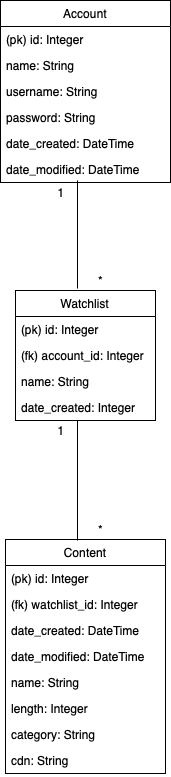
Earlier version of the draw.io export documentation/pictures/database.png (skoskipaa/Katselulista). Source tidied: cells renumbered, new cells last; positions are measured from the earlier drawing's top-left corner, leaving out a move shared by most shapes. Source of this version:
```xml
<mxGraphModel>
  <root>
    <mxCell id="0" />
    <mxCell id="1" parent="0" />
    <mxCell id="2" value="Account" style="swimlane;fontStyle=0;horizontal=1;startSize=26;fillColor=none;" parent="1" vertex="1">
      <mxGeometry width="170" height="182" as="geometry" />
    </mxCell>
    <mxCell id="3" value="(pk) id: Integer" style="text;strokeColor=none;fillColor=none;align=left;verticalAlign=top;spacingLeft=4;spacingRight=4;overflow=hidden;" parent="2" vertex="1">
      <mxGeometry y="26" width="170" height="26" as="geometry" />
    </mxCell>
    <mxCell id="4" value="name: String" style="text;strokeColor=none;fillColor=none;align=left;verticalAlign=top;spacingLeft=4;spacingRight=4;overflow=hidden;" parent="2" vertex="1">
      <mxGeometry y="52" width="170" height="26" as="geometry" />
    </mxCell>
    <mxCell id="5" value="username: String" style="text;strokeColor=none;fillColor=none;align=left;verticalAlign=top;spacingLeft=4;spacingRight=4;overflow=hidden;" parent="2" vertex="1">
      <mxGeometry y="78" width="170" height="26" as="geometry" />
    </mxCell>
    <mxCell id="6" value="password: String" style="text;strokeColor=none;fillColor=none;align=left;verticalAlign=top;spacingLeft=4;spacingRight=4;overflow=hidden;" parent="2" vertex="1">
      <mxGeometry y="104" width="170" height="26" as="geometry" />
    </mxCell>
    <mxCell id="7" value="date_created: DateTime" style="text;strokeColor=none;fillColor=none;align=left;verticalAlign=top;spacingLeft=4;spacingRight=4;overflow=hidden;" parent="2" vertex="1">
      <mxGeometry y="130" width="170" height="26" as="geometry" />
    </mxCell>
    <mxCell id="8" value="date_modified: DateTime" style="text;strokeColor=none;fillColor=none;align=left;verticalAlign=top;spacingLeft=4;spacingRight=4;overflow=hidden;points=[[0,0.5],[1,0.5]];portConstraint=eastwest;" parent="2" vertex="1">
      <mxGeometry y="156" width="170" height="26" as="geometry" />
    </mxCell>
    <mxCell id="9" value="Watchlist" style="swimlane;fontStyle=0;horizontal=1;startSize=26;fillColor=none;" parent="1" vertex="1">
      <mxGeometry x="15" y="290" width="140" height="130" as="geometry" />
    </mxCell>
    <mxCell id="10" value="(pk) id: Integer" style="text;strokeColor=none;fillColor=none;align=left;verticalAlign=top;spacingLeft=4;spacingRight=4;overflow=hidden;" parent="9" vertex="1">
      <mxGeometry y="26" width="140" height="26" as="geometry" />
    </mxCell>
    <mxCell id="11" value="(fk) account_id: Integer" style="text;strokeColor=none;fillColor=none;align=left;verticalAlign=top;spacingLeft=4;spacingRight=4;overflow=hidden;" parent="9" vertex="1">
      <mxGeometry y="52" width="140" height="26" as="geometry" />
    </mxCell>
    <mxCell id="12" value="name: String" style="text;strokeColor=none;fillColor=none;align=left;verticalAlign=top;spacingLeft=4;spacingRight=4;overflow=hidden;" parent="9" vertex="1">
      <mxGeometry y="78" width="140" height="26" as="geometry" />
    </mxCell>
    <mxCell id="13" value="date_created: Integer" style="text;strokeColor=none;fillColor=none;align=left;verticalAlign=top;spacingLeft=4;spacingRight=4;overflow=hidden;points=[[0,0.5],[1,0.5]];portConstraint=eastwest;" parent="9" vertex="1">
      <mxGeometry y="104" width="140" height="26" as="geometry" />
    </mxCell>
    <mxCell id="14" value="Content" style="swimlane;fontStyle=0;horizontal=1;startSize=26;fillColor=none;" parent="1" vertex="1">
      <mxGeometry x="5" y="539" width="160" height="234" as="geometry" />
    </mxCell>
    <mxCell id="15" value="(pk) id: Integer" style="text;strokeColor=none;fillColor=none;align=left;verticalAlign=top;spacingLeft=4;spacingRight=4;overflow=hidden;" parent="14" vertex="1">
      <mxGeometry y="26" width="160" height="26" as="geometry" />
    </mxCell>
    <mxCell id="16" value="(fk) watchlist_id: Integer" style="text;strokeColor=none;fillColor=none;align=left;verticalAlign=top;spacingLeft=4;spacingRight=4;overflow=hidden;" parent="14" vertex="1">
      <mxGeometry y="52" width="160" height="26" as="geometry" />
    </mxCell>
    <mxCell id="17" value="date_created: DateTime" style="text;strokeColor=none;fillColor=none;align=left;verticalAlign=top;spacingLeft=4;spacingRight=4;overflow=hidden;" parent="14" vertex="1">
      <mxGeometry y="78" width="160" height="26" as="geometry" />
    </mxCell>
    <mxCell id="18" value="date_modified: DateTime" style="text;strokeColor=none;fillColor=none;align=left;verticalAlign=top;spacingLeft=4;spacingRight=4;overflow=hidden;" parent="14" vertex="1">
      <mxGeometry y="104" width="160" height="26" as="geometry" />
    </mxCell>
    <mxCell id="19" value="name: String" style="text;strokeColor=none;fillColor=none;align=left;verticalAlign=top;spacingLeft=4;spacingRight=4;overflow=hidden;" parent="14" vertex="1">
      <mxGeometry y="130" width="160" height="26" as="geometry" />
    </mxCell>
    <mxCell id="20" value="length: Integer" style="text;strokeColor=none;fillColor=none;align=left;verticalAlign=top;spacingLeft=4;spacingRight=4;overflow=hidden;" parent="14" vertex="1">
      <mxGeometry y="156" width="160" height="26" as="geometry" />
    </mxCell>
    <mxCell id="21" value="category: String" style="text;strokeColor=none;fillColor=none;align=left;verticalAlign=top;spacingLeft=4;spacingRight=4;overflow=hidden;" parent="14" vertex="1">
      <mxGeometry y="182" width="160" height="26" as="geometry" />
    </mxCell>
    <mxCell id="22" value="cdn: String" style="text;strokeColor=none;fillColor=none;align=left;verticalAlign=top;spacingLeft=4;spacingRight=4;overflow=hidden;" parent="14" vertex="1">
      <mxGeometry y="208" width="160" height="26" as="geometry" />
    </mxCell>
    <mxCell id="23" style="endArrow=none;html=1;entryX=0.443;entryY=1;entryDx=0;entryDy=0;entryPerimeter=0;exitX=0.45;exitY=0.004;exitDx=0;exitDy=0;exitPerimeter=0;" parent="1" edge="1" source="14" target="13">
      <mxGeometry relative="1" as="geometry" />
    </mxCell>
    <mxCell id="24" style="endArrow=none;html=1;exitX=0.443;exitY=-0.015;exitDx=0;exitDy=0;exitPerimeter=0;" parent="1" edge="1" source="9">
      <mxGeometry relative="1" as="geometry">
        <mxPoint x="77" y="180" as="targetPoint" />
      </mxGeometry>
    </mxCell>
    <mxCell id="25" value="1" style="text;html=1;strokeColor=none;fillColor=none;align=center;verticalAlign=middle;whiteSpace=wrap;rounded=0;" parent="1" vertex="1">
      <mxGeometry x="40" y="420" width="40" height="20" as="geometry" />
    </mxCell>
    <mxCell id="26" value="*" style="text;html=1;strokeColor=none;fillColor=none;align=center;verticalAlign=middle;whiteSpace=wrap;rounded=0;" parent="1" vertex="1">
      <mxGeometry x="80" y="519" width="40" height="20" as="geometry" />
    </mxCell>
    <mxCell id="27" value="1" style="text;html=1;strokeColor=none;fillColor=none;align=center;verticalAlign=middle;whiteSpace=wrap;rounded=0;" parent="1" vertex="1">
      <mxGeometry x="40" y="182" width="40" height="20" as="geometry" />
    </mxCell>
    <mxCell id="28" value="*" style="text;html=1;strokeColor=none;fillColor=none;align=center;verticalAlign=middle;whiteSpace=wrap;rounded=0;" parent="1" vertex="1">
      <mxGeometry x="80" y="270" width="40" height="20" as="geometry" />
    </mxCell>
  </root>
</mxGraphModel>
```
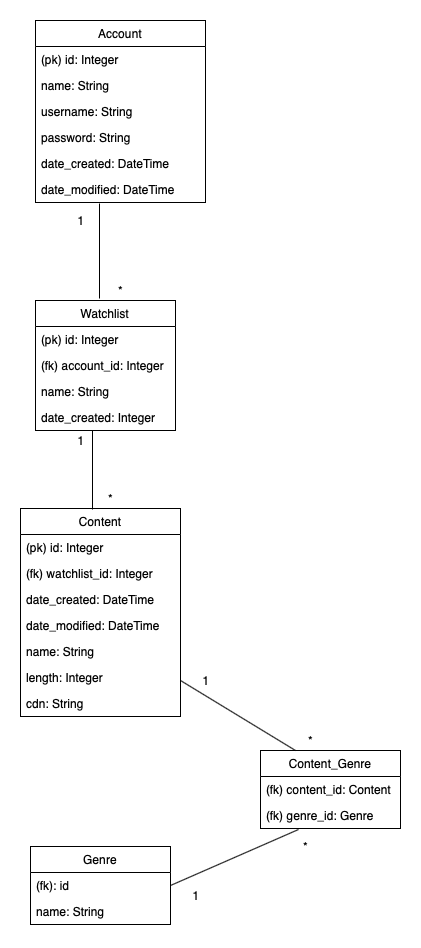
After the change.

Commit message:
Uusi tietokantakaavio

What changed in the source:
```diff
@@ -3,7 +3,7 @@
     <mxCell id="0" />
     <mxCell id="1" parent="0" />
     <mxCell id="2" value="Account" style="swimlane;fontStyle=0;horizontal=1;startSize=26;fillColor=none;" parent="1" vertex="1">
-      <mxGeometry width="170" height="182" as="geometry" />
+      <mxGeometry x="-165" width="170" height="182" as="geometry" />
     </mxCell>
     <mxCell id="3" value="(pk) id: Integer" style="text;strokeColor=none;fillColor=none;align=left;verticalAlign=top;spacingLeft=4;spacingRight=4;overflow=hidden;" parent="2" vertex="1">
       <mxGeometry y="26" width="170" height="26" as="geometry" />
@@ -24,7 +24,7 @@
       <mxGeometry y="156" width="170" height="26" as="geometry" />
     </mxCell>
     <mxCell id="9" value="Watchlist" style="swimlane;fontStyle=0;horizontal=1;startSize=26;fillColor=none;" parent="1" vertex="1">
-      <mxGeometry x="15" y="290" width="140" height="130" as="geometry" />
+      <mxGeometry x="-165" y="280" width="140" height="130" as="geometry" />
     </mxCell>
     <mxCell id="10" value="(pk) id: Integer" style="text;strokeColor=none;fillColor=none;align=left;verticalAlign=top;spacingLeft=4;spacingRight=4;overflow=hidden;" parent="9" vertex="1">
       <mxGeometry y="26" width="140" height="26" as="geometry" />
@@ -39,7 +39,7 @@
       <mxGeometry y="104" width="140" height="26" as="geometry" />
     </mxCell>
     <mxCell id="14" value="Content" style="swimlane;fontStyle=0;horizontal=1;startSize=26;fillColor=none;" parent="1" vertex="1">
-      <mxGeometry x="5" y="539" width="160" height="234" as="geometry" />
+      <mxGeometry x="-180" y="488" width="160" height="208" as="geometry" />
     </mxCell>
     <mxCell id="15" value="(pk) id: Integer" style="text;strokeColor=none;fillColor=none;align=left;verticalAlign=top;spacingLeft=4;spacingRight=4;overflow=hidden;" parent="14" vertex="1">
       <mxGeometry y="26" width="160" height="26" as="geometry" />
@@ -59,31 +59,68 @@
     <mxCell id="20" value="length: Integer" style="text;strokeColor=none;fillColor=none;align=left;verticalAlign=top;spacingLeft=4;spacingRight=4;overflow=hidden;" parent="14" vertex="1">
       <mxGeometry y="156" width="160" height="26" as="geometry" />
     </mxCell>
-    <mxCell id="21" value="category: String" style="text;strokeColor=none;fillColor=none;align=left;verticalAlign=top;spacingLeft=4;spacingRight=4;overflow=hidden;" parent="14" vertex="1">
-      <mxGeometry y="182" width="160" height="26" as="geometry" />
-    </mxCell>
     <mxCell id="22" value="cdn: String" style="text;strokeColor=none;fillColor=none;align=left;verticalAlign=top;spacingLeft=4;spacingRight=4;overflow=hidden;" parent="14" vertex="1">
-      <mxGeometry y="208" width="160" height="26" as="geometry" />
+      <mxGeometry y="182" width="160" height="26" as="geometry" />
     </mxCell>
-    <mxCell id="23" style="endArrow=none;html=1;entryX=0.443;entryY=1;entryDx=0;entryDy=0;entryPerimeter=0;exitX=0.45;exitY=0.004;exitDx=0;exitDy=0;exitPerimeter=0;" parent="1" edge="1" source="14" target="13">
-      <mxGeometry relative="1" as="geometry" />
+    <mxCell id="23" style="endArrow=none;html=1;exitX=0.45;exitY=0.004;exitDx=0;exitDy=0;exitPerimeter=0;" parent="1" edge="1" source="14">
+      <mxGeometry relative="1" as="geometry">
+        <mxPoint x="-108" y="410" as="targetPoint" />
+      </mxGeometry>
     </mxCell>
-    <mxCell id="24" style="endArrow=none;html=1;exitX=0.443;exitY=-0.015;exitDx=0;exitDy=0;exitPerimeter=0;" parent="1" edge="1" source="9">
+    <mxCell id="24" style="endArrow=none;html=1;entryX=0.377;entryY=1.039;entryDx=0;entryDy=0;entryPerimeter=0;" parent="1" edge="1" target="8">
       <mxGeometry relative="1" as="geometry">
-        <mxPoint x="77" y="180" as="targetPoint" />
+        <mxPoint x="-101" y="278" as="sourcePoint" />
       </mxGeometry>
     </mxCell>
     <mxCell id="25" value="1" style="text;html=1;strokeColor=none;fillColor=none;align=center;verticalAlign=middle;whiteSpace=wrap;rounded=0;" parent="1" vertex="1">
-      <mxGeometry x="40" y="420" width="40" height="20" as="geometry" />
+      <mxGeometry x="-140" y="410" width="40" height="20" as="geometry" />
     </mxCell>
     <mxCell id="26" value="*" style="text;html=1;strokeColor=none;fillColor=none;align=center;verticalAlign=middle;whiteSpace=wrap;rounded=0;" parent="1" vertex="1">
-      <mxGeometry x="80" y="519" width="40" height="20" as="geometry" />
+      <mxGeometry x="-110" y="468" width="40" height="20" as="geometry" />
     </mxCell>
     <mxCell id="27" value="1" style="text;html=1;strokeColor=none;fillColor=none;align=center;verticalAlign=middle;whiteSpace=wrap;rounded=0;" parent="1" vertex="1">
-      <mxGeometry x="40" y="182" width="40" height="20" as="geometry" />
+      <mxGeometry x="-140" y="190" width="40" height="20" as="geometry" />
     </mxCell>
     <mxCell id="28" value="*" style="text;html=1;strokeColor=none;fillColor=none;align=center;verticalAlign=middle;whiteSpace=wrap;rounded=0;" parent="1" vertex="1">
-      <mxGeometry x="80" y="270" width="40" height="20" as="geometry" />
+      <mxGeometry x="-100" y="260" width="40" height="20" as="geometry" />
     </mxCell>
+    <mxCell id="29" value="Content_Genre" style="swimlane;fontStyle=0;horizontal=1;startSize=26;fillColor=none;" parent="1" vertex="1">
+      <mxGeometry x="60" y="730" width="140" height="78" as="geometry" />
+    </mxCell>
+    <mxCell id="30" value="(fk) content_id: Content" style="text;strokeColor=none;fillColor=none;align=left;verticalAlign=top;spacingLeft=4;spacingRight=4;overflow=hidden;" parent="29" vertex="1">
+      <mxGeometry y="26" width="140" height="26" as="geometry" />
+    </mxCell>
+    <mxCell id="31" value="(fk) genre_id: Genre" style="text;strokeColor=none;fillColor=none;align=left;verticalAlign=top;spacingLeft=4;spacingRight=4;overflow=hidden;points=[[0,0.5],[1,0.5]];portConstraint=eastwest;" parent="29" vertex="1">
+      <mxGeometry y="52" width="140" height="26" as="geometry" />
+    </mxCell>
+    <mxCell id="32" value="Genre" style="swimlane;fontStyle=0;horizontal=1;startSize=26;fillColor=none;" parent="1" vertex="1">
+      <mxGeometry x="-170" y="826" width="140" height="78" as="geometry" />
+    </mxCell>
+    <mxCell id="33" value="(fk): id" style="text;strokeColor=none;fillColor=none;align=left;verticalAlign=top;spacingLeft=4;spacingRight=4;overflow=hidden;points=[[0,0.5],[1,0.5]];portConstraint=eastwest;" parent="32" vertex="1">
+      <mxGeometry y="26" width="140" height="26" as="geometry" />
+    </mxCell>
+    <mxCell id="34" value="name: String" style="text;strokeColor=none;fillColor=none;align=left;verticalAlign=top;spacingLeft=4;spacingRight=4;overflow=hidden;" parent="32" vertex="1">
+      <mxGeometry y="52" width="140" height="26" as="geometry" />
+    </mxCell>
+    <mxCell id="35" style="endArrow=none;html=1;exitX=1;exitY=0.5;exitDx=0;exitDy=0;entryX=0.272;entryY=1.039;entryDx=0;entryDy=0;entryPerimeter=0;" parent="1" edge="1" source="33" target="31">
+      <mxGeometry relative="1" as="geometry" />
+    </mxCell>
+    <mxCell id="36" style="endArrow=none;html=1;entryX=0.25;entryY=0;entryDx=0;entryDy=0;" parent="1" edge="1" target="29">
+      <mxGeometry relative="1" as="geometry">
+        <mxPoint x="-20" y="660" as="sourcePoint" />
+      </mxGeometry>
+    </mxCell>
+    <mxCell id="37" value="1" style="text;html=1;strokeColor=none;fillColor=none;align=center;verticalAlign=middle;whiteSpace=wrap;rounded=0;" parent="1" vertex="1">
+      <mxGeometry x="-15" y="650" width="40" height="20" as="geometry" />
+    </mxCell>
+    <mxCell id="38" value="*" style="text;html=1;strokeColor=none;fillColor=none;align=center;verticalAlign=middle;whiteSpace=wrap;rounded=0;" parent="1" vertex="1">
+      <mxGeometry x="90" y="710" width="40" height="20" as="geometry" />
+    </mxCell>
+    <mxCell id="39" value="1" style="text;html=1;strokeColor=none;fillColor=none;align=center;verticalAlign=middle;whiteSpace=wrap;rounded=0;" parent="1" vertex="1">
+      <mxGeometry x="-25" y="865" width="40" height="20" as="geometry" />
+    </mxCell>
+    <mxCell id="40" value="*" style="text;html=1;strokeColor=none;fillColor=none;align=center;verticalAlign=middle;whiteSpace=wrap;rounded=0;" parent="1" vertex="1">
+      <mxGeometry x="85" y="816" width="40" height="20" as="geometry" />
+    </mxCell>
   </root>
 </mxGraphModel>
```
